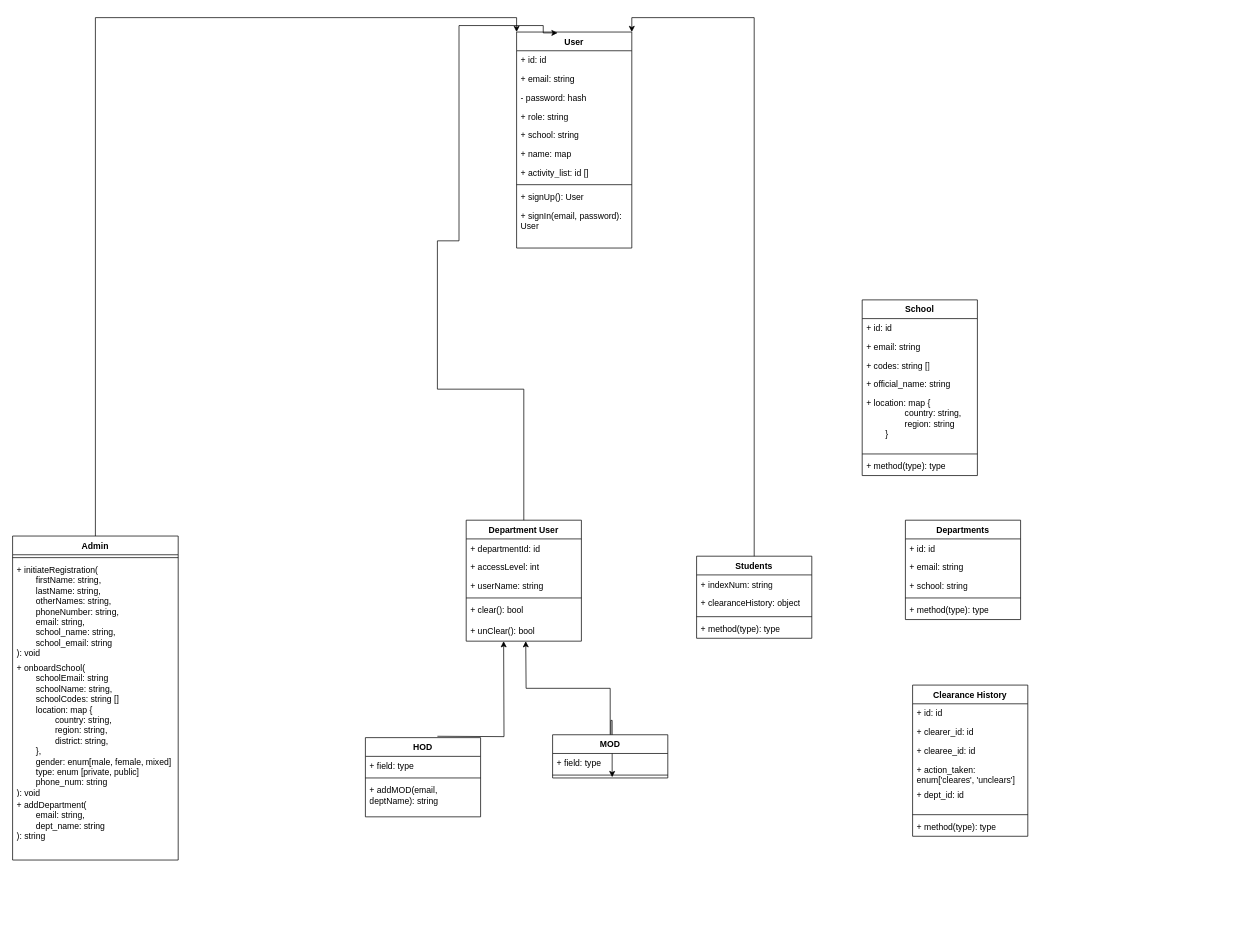
Above: page "class diagramsssss" (2 of 2) of clearappuml.drawio in Reneboa-ITS/diagrams (draw.io), before the change. Source tidied: cells renumbered, new cells numbered last; positions are measured from the earlier drawing's top-left corner, leaving out a move shared by most shapes. Both pictures are drawn from the tidied source at 72%, with x=0, y=0 at pixel (12, 25).
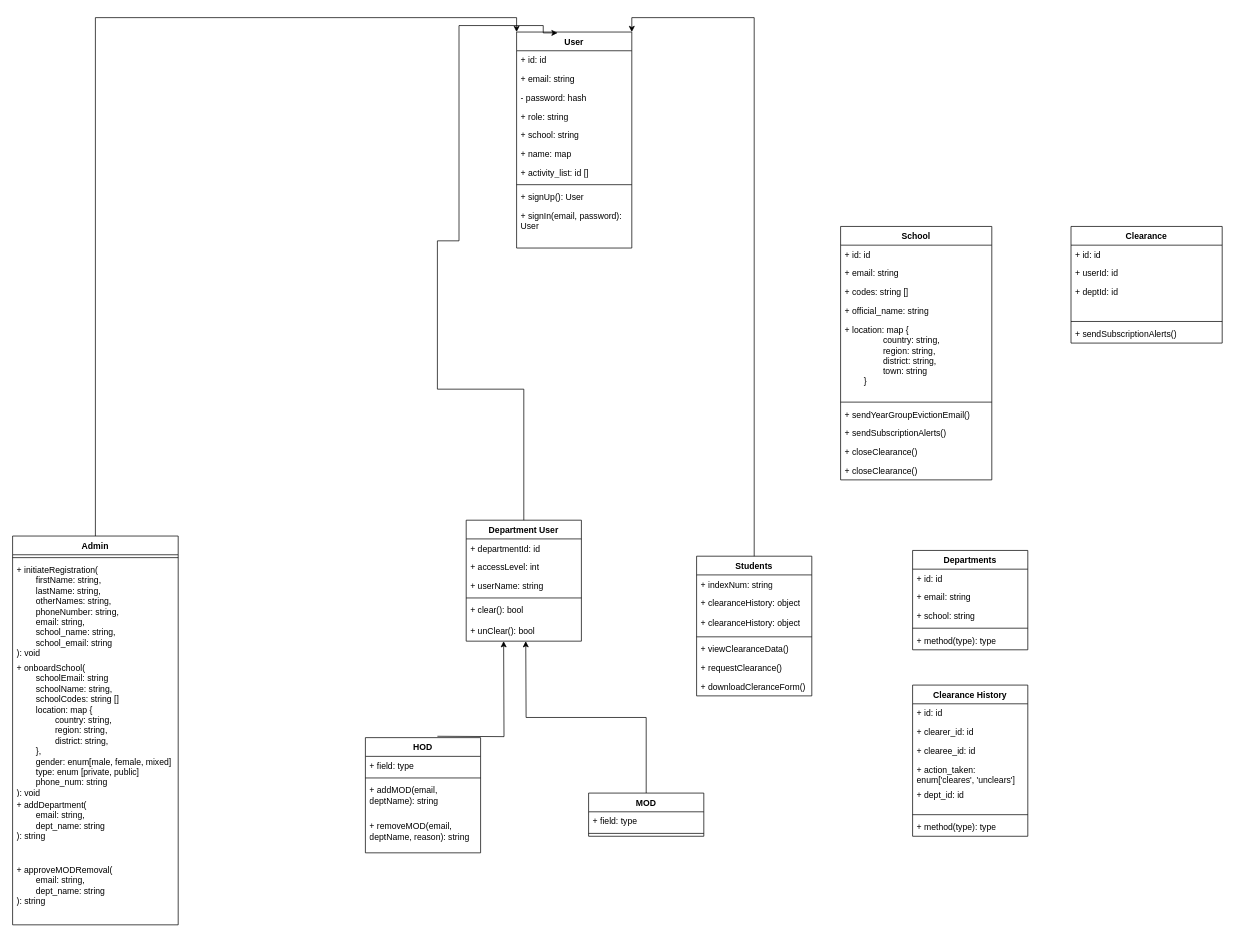
The same page after the edit.

What changed in the source:
```diff
@@
     <mxCell id="13" value="Admin" style="swimlane;fontStyle=1;align=center;verticalAlign=top;horizontal=1;startSize=26;whiteSpace=wrap;html=1;" parent="1" vertex="1">
-      <mxGeometry y="709" width="230" height="450" as="geometry" />
+      <mxGeometry y="709" width="230" height="540" as="geometry" />
     </mxCell>
@@
+    <mxCell id="65" value="+ approveMODRemoval(&amp;nbsp;&lt;div&gt;&lt;div&gt;&amp;nbsp;&lt;span style=&quot;white-space: pre;&quot;&gt;&#9;&lt;/span&gt;email: string,&amp;nbsp;&lt;/div&gt;&lt;div&gt;&lt;span style=&quot;white-space: pre;&quot;&gt;&#9;&lt;/span&gt;dept_name: string&lt;/div&gt;&lt;div&gt;): string&lt;/div&gt;&lt;/div&gt;" style="text;strokeColor=none;fillColor=none;align=left;verticalAlign=top;spacingLeft=4;spacingRight=4;overflow=hidden;whiteSpace=wrap;html=1;" parent="13" vertex="1">
+      <mxGeometry y="450" width="230" height="90" as="geometry" />
+    </mxCell>
@@
     <mxCell id="26" value="Students" style="swimlane;fontStyle=1;align=center;verticalAlign=top;horizontal=1;startSize=26;whiteSpace=wrap;html=1;" parent="1" vertex="1">
-      <mxGeometry x="950" y="737" width="160" height="114" as="geometry" />
+      <mxGeometry x="950" y="737" width="160" height="194" as="geometry" />
     </mxCell>
@@
+    <mxCell id="66" value="+ clearanceHistory: object" style="text;strokeColor=none;fillColor=none;align=left;verticalAlign=top;spacingLeft=4;spacingRight=4;overflow=hidden;whiteSpace=wrap;html=1;" parent="26" vertex="1">
+      <mxGeometry y="80" width="160" height="28" as="geometry" />
+    </mxCell>
     <mxCell id="29" style="line;strokeWidth=1;fillColor=none;align=left;verticalAlign=middle;spacingTop=-1;spacingLeft=3;spacingRight=3;labelPosition=right;strokeColor=inherit;" parent="26" vertex="1">
-      <mxGeometry y="80" width="160" height="8" as="geometry" />
+      <mxGeometry y="108" width="160" height="8" as="geometry" />
     </mxCell>
-    <mxCell id="30" value="+ method(type): type" style="text;strokeColor=none;fillColor=none;align=left;verticalAlign=top;spacingLeft=4;spacingRight=4;overflow=hidden;whiteSpace=wrap;html=1;" parent="26" vertex="1">
-      <mxGeometry y="88" width="160" height="26" as="geometry" />
+    <mxCell id="30" value="+ viewClearanceData()&amp;nbsp;" style="text;strokeColor=none;fillColor=none;align=left;verticalAlign=top;spacingLeft=4;spacingRight=4;overflow=hidden;whiteSpace=wrap;html=1;" parent="26" vertex="1">
+      <mxGeometry y="116" width="160" height="26" as="geometry" />
     </mxCell>
+    <mxCell id="67" value="+ requestClearance()&amp;nbsp;" style="text;strokeColor=none;fillColor=none;align=left;verticalAlign=top;spacingLeft=4;spacingRight=4;overflow=hidden;whiteSpace=wrap;html=1;" parent="26" vertex="1">
+      <mxGeometry y="142" width="160" height="26" as="geometry" />
+    </mxCell>
+    <mxCell id="68" value="+ downloadCleranceForm()&amp;nbsp;" style="text;strokeColor=none;fillColor=none;align=left;verticalAlign=top;spacingLeft=4;spacingRight=4;overflow=hidden;whiteSpace=wrap;html=1;" parent="26" vertex="1">
+      <mxGeometry y="168" width="160" height="26" as="geometry" />
+    </mxCell>
@@
     <mxCell id="33" value="School" style="swimlane;fontStyle=1;align=center;verticalAlign=top;horizontal=1;startSize=26;whiteSpace=wrap;html=1;" parent="1" vertex="1">
-      <mxGeometry x="1180" y="381" width="160" height="244" as="geometry" />
+      <mxGeometry x="1150" y="279" width="210" height="352" as="geometry" />
     </mxCell>
     <mxCell id="34" value="+ id: id&lt;div&gt;&lt;br&gt;&lt;/div&gt;" style="text;strokeColor=none;fillColor=none;align=left;verticalAlign=top;spacingLeft=4;spacingRight=4;overflow=hidden;whiteSpace=wrap;html=1;" parent="33" vertex="1">
-      <mxGeometry y="26" width="160" height="26" as="geometry" />
+      <mxGeometry y="26" width="210" height="26" as="geometry" />
     </mxCell>
     <mxCell id="35" value="+ email: string&lt;div&gt;&lt;br&gt;&lt;/div&gt;" style="text;strokeColor=none;fillColor=none;align=left;verticalAlign=top;spacingLeft=4;spacingRight=4;overflow=hidden;whiteSpace=wrap;html=1;" parent="33" vertex="1">
-      <mxGeometry y="52" width="160" height="26" as="geometry" />
+      <mxGeometry y="52" width="210" height="26" as="geometry" />
     </mxCell>
     <mxCell id="36" value="+ codes: string []" style="text;strokeColor=none;fillColor=none;align=left;verticalAlign=top;spacingLeft=4;spacingRight=4;overflow=hidden;whiteSpace=wrap;html=1;" parent="33" vertex="1">
-      <mxGeometry y="78" width="160" height="26" as="geometry" />
+      <mxGeometry y="78" width="210" height="26" as="geometry" />
     </mxCell>
     <mxCell id="37" value="+ official_name: string" style="text;strokeColor=none;fillColor=none;align=left;verticalAlign=top;spacingLeft=4;spacingRight=4;overflow=hidden;whiteSpace=wrap;html=1;" parent="33" vertex="1">
-      <mxGeometry y="104" width="160" height="26" as="geometry" />
+      <mxGeometry y="104" width="210" height="26" as="geometry" />
     </mxCell>
-    <mxCell id="38" value="&lt;div&gt;+ location: map {&lt;/div&gt;&lt;div&gt;&lt;span style=&quot;white-space: pre;&quot;&gt;&#9;&lt;span style=&quot;white-space: pre;&quot;&gt;&#9;&lt;/span&gt;c&lt;/span&gt;ountry: string,&lt;/div&gt;&lt;div&gt;&lt;span style=&quot;white-space: pre;&quot;&gt;&#9;&lt;/span&gt;&lt;span style=&quot;white-space: pre;&quot;&gt;&#9;&lt;/span&gt;region: string&lt;br&gt;&lt;/div&gt;&lt;div&gt;&lt;span style=&quot;white-space: pre;&quot;&gt;&#9;&lt;/span&gt;}&lt;br&gt;&lt;/div&gt;&lt;div&gt;&lt;br&gt;&lt;/div&gt;" style="text;strokeColor=none;fillColor=none;align=left;verticalAlign=top;spacingLeft=4;spacingRight=4;overflow=hidden;whiteSpace=wrap;html=1;" parent="33" vertex="1">
-      <mxGeometry y="130" width="160" height="80" as="geometry" />
+    <mxCell id="38" value="&lt;div&gt;+ location: map {&lt;/div&gt;&lt;div&gt;&lt;span style=&quot;white-space: pre;&quot;&gt;&#9;&lt;span style=&quot;white-space: pre;&quot;&gt;&#9;&lt;/span&gt;c&lt;/span&gt;ountry: string,&lt;/div&gt;&lt;div&gt;&lt;span style=&quot;white-space: pre;&quot;&gt;&#9;&lt;/span&gt;&lt;span style=&quot;white-space: pre;&quot;&gt;&#9;&lt;/span&gt;region: string,&lt;br&gt;&lt;/div&gt;&lt;div&gt;&lt;span style=&quot;white-space: pre;&quot;&gt;&#9;&lt;/span&gt;&lt;span style=&quot;white-space: pre;&quot;&gt;&#9;&lt;/span&gt;district: string,&lt;br&gt;&lt;/div&gt;&lt;div&gt;&lt;span style=&quot;white-space: pre;&quot;&gt;&#9;&lt;/span&gt;&lt;span style=&quot;white-space: pre;&quot;&gt;&#9;&lt;/span&gt;town: string&lt;br&gt;&lt;/div&gt;&lt;div&gt;&lt;span style=&quot;white-space: pre;&quot;&gt;&#9;&lt;/span&gt;}&lt;br&gt;&lt;/div&gt;&lt;div&gt;&lt;br&gt;&lt;/div&gt;" style="text;strokeColor=none;fillColor=none;align=left;verticalAlign=top;spacingLeft=4;spacingRight=4;overflow=hidden;whiteSpace=wrap;html=1;" parent="33" vertex="1">
+      <mxGeometry y="130" width="210" height="110" as="geometry" />
     </mxCell>
     <mxCell id="39" style="line;strokeWidth=1;fillColor=none;align=left;verticalAlign=middle;spacingTop=-1;spacingLeft=3;spacingRight=3;labelPosition=right;strokeColor=inherit;" parent="33" vertex="1">
-      <mxGeometry y="210" width="160" height="8" as="geometry" />
+      <mxGeometry y="240" width="210" height="8" as="geometry" />
     </mxCell>
-    <mxCell id="40" value="+ method(type): type" style="text;strokeColor=none;fillColor=none;align=left;verticalAlign=top;spacingLeft=4;spacingRight=4;overflow=hidden;whiteSpace=wrap;html=1;" parent="33" vertex="1">
-      <mxGeometry y="218" width="160" height="26" as="geometry" />
+    <mxCell id="40" value="+ sendYearGroupEvictionEmail()&lt;div&gt;&amp;nbsp;&lt;/div&gt;" style="text;strokeColor=none;fillColor=none;align=left;verticalAlign=top;spacingLeft=4;spacingRight=4;overflow=hidden;whiteSpace=wrap;html=1;" parent="33" vertex="1">
+      <mxGeometry y="248" width="210" height="26" as="geometry" />
     </mxCell>
+    <mxCell id="69" value="+ sendSubscriptionAlerts()&lt;div&gt;&amp;nbsp;&lt;/div&gt;" style="text;strokeColor=none;fillColor=none;align=left;verticalAlign=top;spacingLeft=4;spacingRight=4;overflow=hidden;whiteSpace=wrap;html=1;" parent="33" vertex="1">
+      <mxGeometry y="274" width="210" height="26" as="geometry" />
+    </mxCell>
+    <mxCell id="70" value="+ closeClearance()" style="text;strokeColor=none;fillColor=none;align=left;verticalAlign=top;spacingLeft=4;spacingRight=4;overflow=hidden;whiteSpace=wrap;html=1;" parent="33" vertex="1">
+      <mxGeometry y="300" width="210" height="26" as="geometry" />
+    </mxCell>
+    <mxCell id="71" value="+ closeClearance()" style="text;strokeColor=none;fillColor=none;align=left;verticalAlign=top;spacingLeft=4;spacingRight=4;overflow=hidden;whiteSpace=wrap;html=1;" parent="33" vertex="1">
+      <mxGeometry y="326" width="210" height="26" as="geometry" />
+    </mxCell>
     <mxCell id="41" value="Departments" style="swimlane;fontStyle=1;align=center;verticalAlign=top;horizontal=1;startSize=26;whiteSpace=wrap;html=1;" parent="1" vertex="1">
-      <mxGeometry x="1240" y="687" width="160" height="138" as="geometry" />
+      <mxGeometry x="1250" y="729" width="160" height="138" as="geometry" />
     </mxCell>
@@
     <mxCell id="47" value="HOD" style="swimlane;fontStyle=1;align=center;verticalAlign=top;horizontal=1;startSize=26;whiteSpace=wrap;html=1;" parent="1" vertex="1">
-      <mxGeometry x="490" y="989" width="160" height="110" as="geometry" />
+      <mxGeometry x="490" y="989" width="160" height="160" as="geometry" />
     </mxCell>
@@
+    <mxCell id="72" value="+ removeMOD(email, deptName, reason): string" style="text;strokeColor=none;fillColor=none;align=left;verticalAlign=top;spacingLeft=4;spacingRight=4;overflow=hidden;whiteSpace=wrap;html=1;" parent="47" vertex="1">
+      <mxGeometry y="110" width="160" height="50" as="geometry" />
+    </mxCell>
@@
-    <mxCell id="61" style="edgeStyle=orthogonalEdgeStyle;rounded=0;jettySize=auto;html=1;exitX=0.5;exitY=0;exitDx=0;exitDy=0;entryX=0.517;entryY=0.982;entryDx=0;entryDy=0;entryPerimeter=0;" parent="1" edge="1" target="62">
-      <mxGeometry relative="1" as="geometry">
-        <mxPoint x="810" y="987.5" as="sourcePoint" />
-      </mxGeometry>
-    </mxCell>
     <mxCell id="62" value="MOD" style="swimlane;fontStyle=1;align=center;verticalAlign=top;horizontal=1;startSize=26;whiteSpace=wrap;html=1;" parent="1" vertex="1">
-      <mxGeometry x="750" y="985" width="160" height="60" as="geometry" />
+      <mxGeometry x="800" y="1066" width="160" height="60" as="geometry" />
     </mxCell>
@@
+    <mxCell id="73" value="Clearance" style="swimlane;fontStyle=1;align=center;verticalAlign=top;horizontal=1;startSize=26;whiteSpace=wrap;html=1;" parent="1" vertex="1">
+      <mxGeometry x="1470" y="279" width="210" height="162" as="geometry" />
+    </mxCell>
+    <mxCell id="74" value="+ id: id&lt;div&gt;&lt;br&gt;&lt;/div&gt;" style="text;strokeColor=none;fillColor=none;align=left;verticalAlign=top;spacingLeft=4;spacingRight=4;overflow=hidden;whiteSpace=wrap;html=1;" parent="73" vertex="1">
+      <mxGeometry y="26" width="210" height="26" as="geometry" />
+    </mxCell>
+    <mxCell id="75" value="+ userId: id&lt;div&gt;&lt;br&gt;&lt;/div&gt;" style="text;strokeColor=none;fillColor=none;align=left;verticalAlign=top;spacingLeft=4;spacingRight=4;overflow=hidden;whiteSpace=wrap;html=1;" parent="73" vertex="1">
+      <mxGeometry y="52" width="210" height="26" as="geometry" />
+    </mxCell>
+    <mxCell id="76" value="+ deptId: id" style="text;strokeColor=none;fillColor=none;align=left;verticalAlign=top;spacingLeft=4;spacingRight=4;overflow=hidden;whiteSpace=wrap;html=1;" parent="73" vertex="1">
+      <mxGeometry y="78" width="210" height="26" as="geometry" />
+    </mxCell>
+    <mxCell id="77" value="&lt;div&gt;&lt;br&gt;&lt;/div&gt;" style="text;strokeColor=none;fillColor=none;align=left;verticalAlign=top;spacingLeft=4;spacingRight=4;overflow=hidden;whiteSpace=wrap;html=1;" parent="73" vertex="1">
+      <mxGeometry y="104" width="210" height="24" as="geometry" />
+    </mxCell>
+    <mxCell id="78" style="line;strokeWidth=1;fillColor=none;align=left;verticalAlign=middle;spacingTop=-1;spacingLeft=3;spacingRight=3;labelPosition=right;strokeColor=inherit;" parent="73" vertex="1">
+      <mxGeometry y="128" width="210" height="8" as="geometry" />
+    </mxCell>
+    <mxCell id="79" value="+ sendSubscriptionAlerts()&lt;div&gt;&amp;nbsp;&lt;/div&gt;" style="text;strokeColor=none;fillColor=none;align=left;verticalAlign=top;spacingLeft=4;spacingRight=4;overflow=hidden;whiteSpace=wrap;html=1;" parent="73" vertex="1">
+      <mxGeometry y="136" width="210" height="26" as="geometry" />
+    </mxCell>
```
